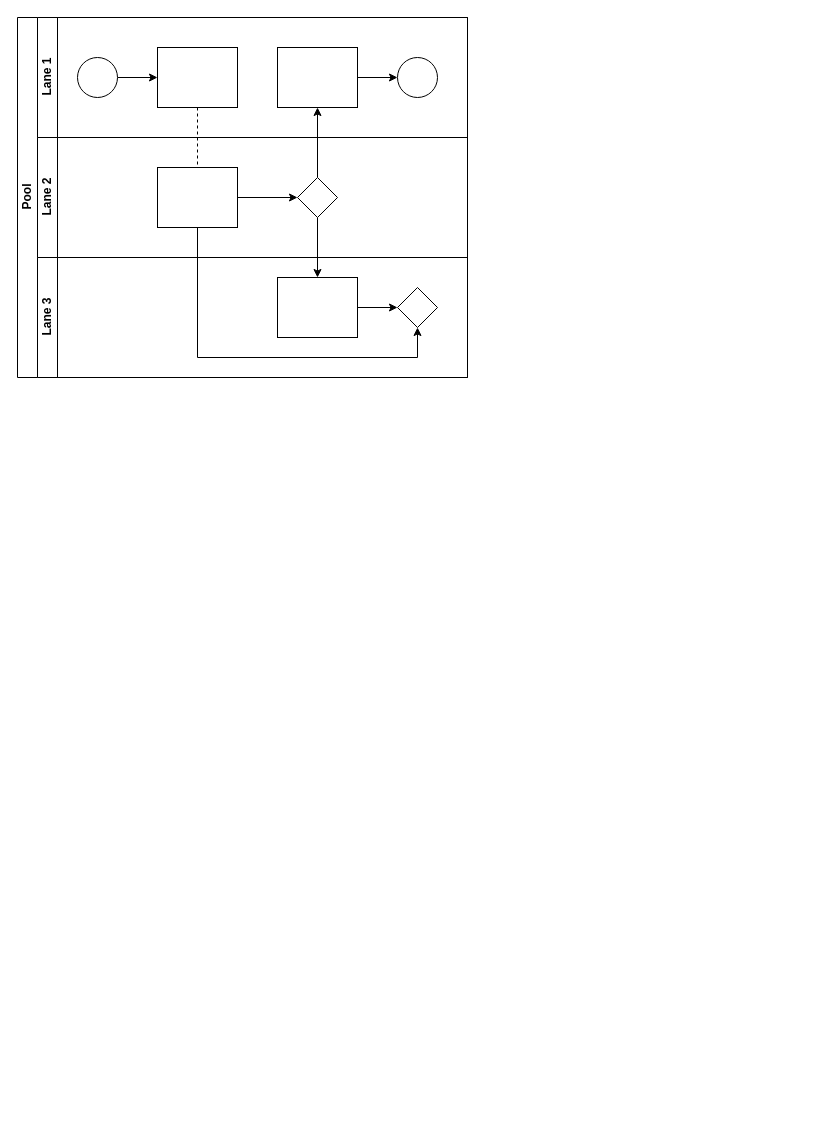
Earlier version of the draw.io diagram Untitled Diagram.drawio (garfjeld/handhub). Source tidied: cells renumbered, new cells numbered last; positions are measured from the earlier drawing's top-left corner, leaving out a move shared by most shapes. Both pictures are drawn from the tidied source at 100%, with x=0, y=0 at pixel (17, 17).
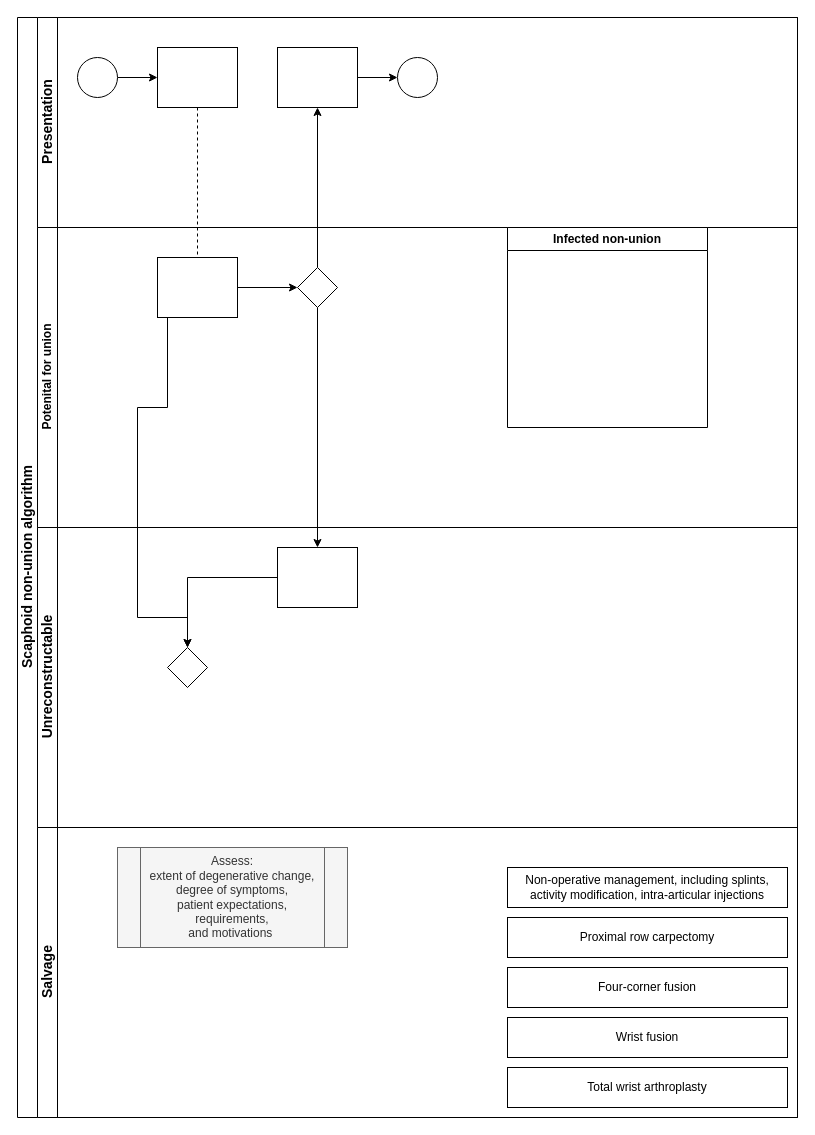
The same diagram, later.

The change refers to these unchanged cells:
```xml
<mxCell id="16" style="rounded=0;whiteSpace=wrap;html=1;fontFamily=Helvetica;fontSize=12;fontColor=#000000;align=center;" parent="14" vertex="1">
  <mxGeometry x="120" y="30" width="80" height="60" as="geometry" />
</mxCell>
```

Diff of the diagram source:
```diff
@@
-    <mxCell id="2" value="Pool" style="swimlane;html=1;horizontal=0;startSize=20;" parent="1" vertex="1">
-      <mxGeometry width="450" height="360" as="geometry" />
+    <mxCell id="2" value="Scaphoid non-union algorithm" style="swimlane;html=1;horizontal=0;startSize=20;fontSize=14;" parent="1" vertex="1">
+      <mxGeometry width="780" height="1100" as="geometry" />
     </mxCell>
@@
     <mxCell id="6" style="edgeStyle=orthogonalEdgeStyle;rounded=0;jettySize=auto;html=1;endArrow=classic;endFill=1;" parent="2" edge="1" source="16" target="21">
       <mxGeometry relative="1" as="geometry">
         <Array as="points">
-          <mxPoint x="180" y="340" />
-          <mxPoint x="400" y="340" />
+          <mxPoint x="150" y="390" />
+          <mxPoint x="120" y="390" />
+          <mxPoint x="120" y="600" />
         </Array>
       </mxGeometry>
     </mxCell>
-    <mxCell id="7" value="Lane 1" style="swimlane;html=1;startSize=20;horizontal=0;" parent="2" vertex="1">
-      <mxGeometry x="20" width="430" height="120" as="geometry" />
+    <mxCell id="7" value="Presentation" style="swimlane;html=1;startSize=20;horizontal=0;fontSize=14;" parent="2" vertex="1">
+      <mxGeometry x="20" width="760" height="210" as="geometry" />
     </mxCell>
@@
-    <mxCell id="14" value="Lane 2" style="swimlane;html=1;startSize=20;horizontal=0;" parent="2" vertex="1">
-      <mxGeometry x="20" y="120" width="430" height="120" as="geometry" />
+    <mxCell id="14" value="Potenital for union" style="swimlane;html=1;startSize=20;horizontal=0;" parent="2" vertex="1">
+      <mxGeometry x="20" y="210" width="760" height="300" as="geometry" />
     </mxCell>
@@
+    <mxCell id="22" value="Infected non-union" style="swimlane;whiteSpace=wrap;html=1;" parent="14" vertex="1">
+      <mxGeometry x="470" width="200" height="200" as="geometry" />
+    </mxCell>
-    <mxCell id="18" value="Lane 3" style="swimlane;html=1;startSize=20;horizontal=0;" parent="2" vertex="1">
-      <mxGeometry x="20" y="240" width="430" height="120" as="geometry" />
+    <mxCell id="18" value="Unreconstructable" style="swimlane;html=1;startSize=20;horizontal=0;fontSize=14;" parent="2" vertex="1">
+      <mxGeometry x="20" y="510" width="760" height="300" as="geometry" />
     </mxCell>
@@
     <mxCell id="21" style="rhombus;whiteSpace=wrap;html=1;fontFamily=Helvetica;fontSize=12;fontColor=#000000;align=center;" parent="18" vertex="1">
-      <mxGeometry x="360" y="30" width="40" height="40" as="geometry" />
+      <mxGeometry x="130" y="120" width="40" height="40" as="geometry" />
     </mxCell>
+    <mxCell id="23" value="Salvage" style="swimlane;html=1;startSize=20;horizontal=0;fontSize=14;" parent="2" vertex="1">
+      <mxGeometry x="20" y="810" width="760" height="290" as="geometry" />
+    </mxCell>
+    <mxCell id="24" value="Non-operative management, including splints, activity modification, intra-articular injections" style="rounded=0;whiteSpace=wrap;html=1;fontFamily=Helvetica;fontSize=12;fontColor=#000000;align=center;" parent="23" vertex="1">
+      <mxGeometry x="470" y="40" width="280" height="40" as="geometry" />
+    </mxCell>
+    <mxCell id="25" value="Assess:&lt;div&gt;extent of degenerative change,&lt;/div&gt;&lt;div&gt;degree of symptoms,&lt;/div&gt;&lt;div&gt;patient expectations,&lt;/div&gt;&lt;div&gt;requirements,&lt;/div&gt;&lt;div&gt;and motivations&amp;nbsp;&lt;/div&gt;" style="shape=process;whiteSpace=wrap;html=1;backgroundOutline=1;fillColor=#f5f5f5;fontColor=#333333;strokeColor=#666666;" parent="23" vertex="1">
+      <mxGeometry x="80" y="20" width="230" height="100" as="geometry" />
+    </mxCell>
+    <mxCell id="26" value="Proximal row carpectomy" style="rounded=0;whiteSpace=wrap;html=1;fontFamily=Helvetica;fontSize=12;fontColor=#000000;align=center;" parent="23" vertex="1">
+      <mxGeometry x="470" y="90" width="280" height="40" as="geometry" />
+    </mxCell>
+    <mxCell id="27" value="Four-corner fusion" style="rounded=0;whiteSpace=wrap;html=1;fontFamily=Helvetica;fontSize=12;fontColor=#000000;align=center;" parent="23" vertex="1">
+      <mxGeometry x="470" y="140" width="280" height="40" as="geometry" />
+    </mxCell>
+    <mxCell id="28" value="Total wrist arthroplasty" style="rounded=0;whiteSpace=wrap;html=1;fontFamily=Helvetica;fontSize=12;fontColor=#000000;align=center;" parent="23" vertex="1">
+      <mxGeometry x="470" y="240" width="280" height="40" as="geometry" />
+    </mxCell>
+    <mxCell id="29" value="Wrist fusion" style="rounded=0;whiteSpace=wrap;html=1;fontFamily=Helvetica;fontSize=12;fontColor=#000000;align=center;" parent="23" vertex="1">
+      <mxGeometry x="470" y="190" width="280" height="40" as="geometry" />
+    </mxCell>
```
